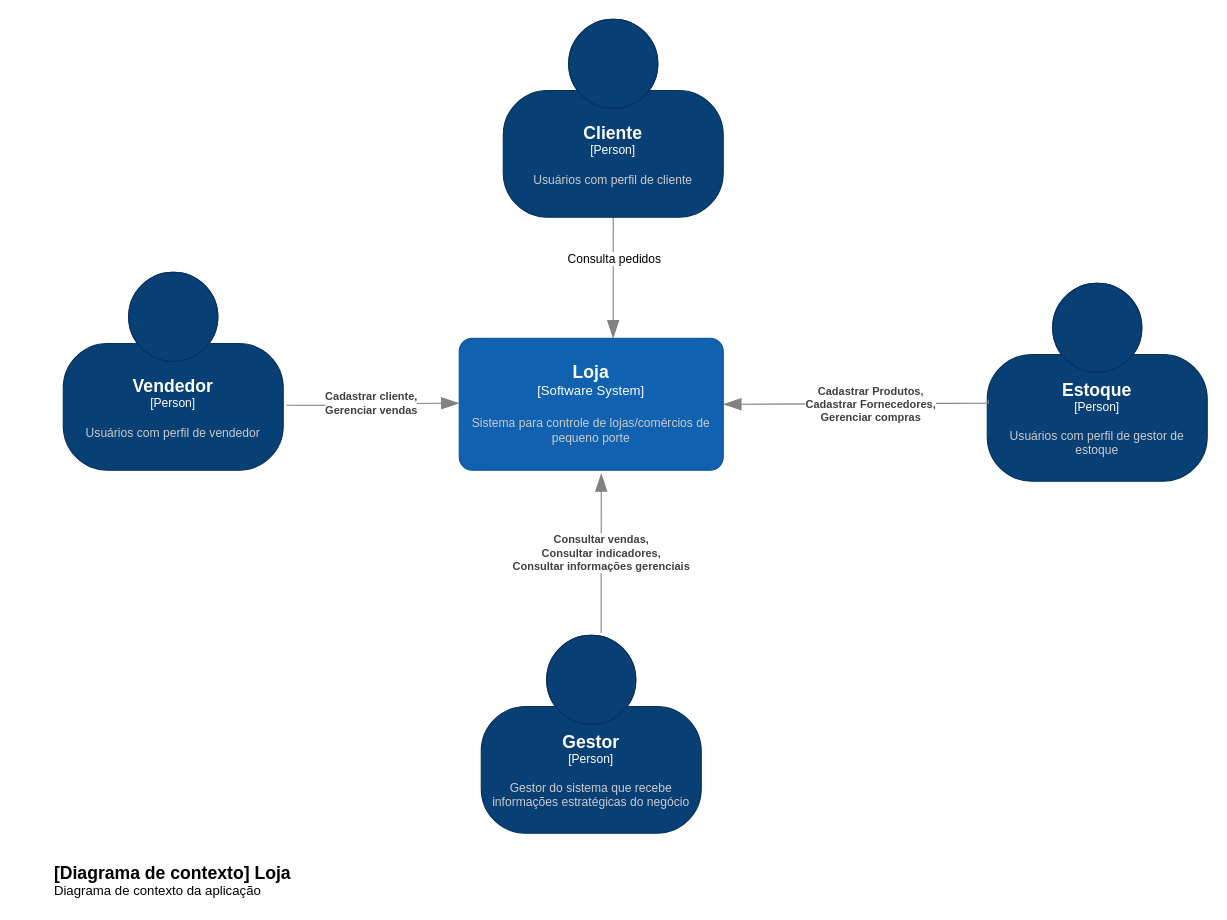
Above: projeto/documentacao/C4Model-Nivel_1_Contexto.drawio in adjamirgalvao/pucminas (draw.io), before the change. Source tidied: cells renumbered, new cells numbered last; positions are measured from the earlier drawing's top-left corner, leaving out a move shared by most shapes. Both pictures are drawn from the tidied source at 110%, with x=0, y=0 at pixel (52, 19).
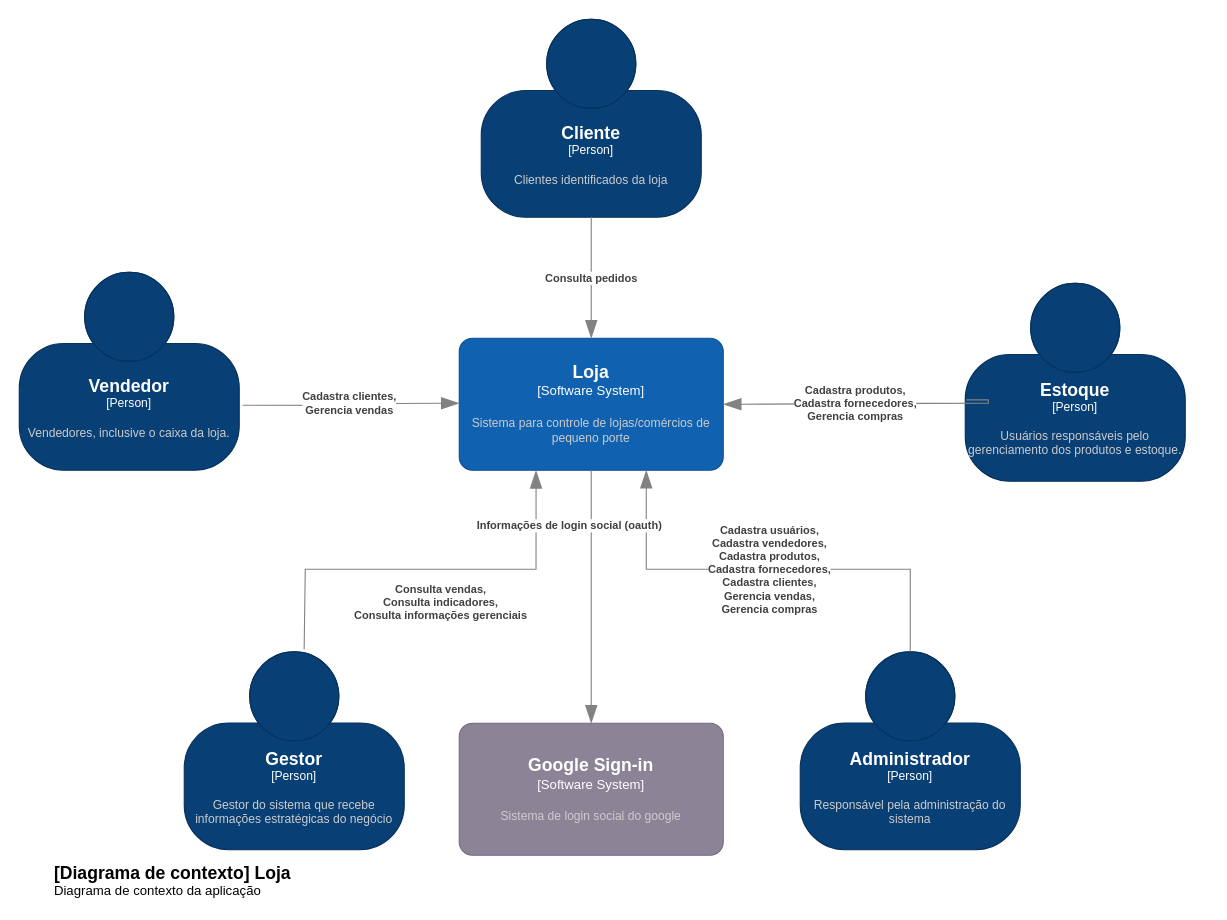
Above is the later version.

Unchanged cells that the change refers to:
```xml
<object id="5" label="&lt;font style=&quot;font-size: 16px&quot;&gt;&lt;b&gt;%c4Name%&lt;/b&gt;&lt;/font&gt;&lt;div&gt;[%c4Type%]&lt;/div&gt;&lt;br&gt;&lt;div&gt;&lt;font style=&quot;font-size: 11px&quot;&gt;&lt;font color=&quot;#cccccc&quot;&gt;%c4Description%&lt;/font&gt;&lt;/div&gt;" c4Description="Sistema para controle de lojas/comércios de pequeno porte" c4Name="Loja" c4Type="Software System" placeholders="1">
  <mxCell style="rounded=1;whiteSpace=wrap;html=1;labelBackgroundColor=none;fillColor=#1061B0;fontColor=#ffffff;align=center;arcSize=10;strokeColor=#0D5091;points=[[0.25,0,0],[0.5,0,0],[0.75,0,0],[1,0.25,0],[1,0.5,0],[1,0.75,0],[0.75,1,0],[0.5,1,0],[0.25,1,0],[0,0.75,0],[0,0.5,0],[0,0.25,0]];" parent="1" vertex="1">
    <mxGeometry x="370" y="290" width="240" height="120" as="geometry" />
  </mxCell>
</object>
```

What changed in the source:
```diff
@@
-    <mxCell id="2" style="endArrow=blockThin;html=1;fontSize=10;fontColor=#404040;strokeWidth=1;endFill=1;strokeColor=#828282;elbow=vertical;endSize=14;startSize=14;jumpStyle=arc;jumpSize=16;rounded=0;edgeStyle=orthogonalEdgeStyle;entryX=0.583;entryY=0;entryDx=0;entryDy=0;entryPerimeter=0;" parent="1" edge="1" source="4" target="5">
-      <mxGeometry relative="1" as="geometry" />
-    </mxCell>
-    <mxCell id="3" value="Consulta pedidos" style="edgeLabel;html=1;align=center;verticalAlign=middle;" parent="2" vertex="1">
-      <mxGeometry x="-0.33" relative="1" as="geometry" />
-    </mxCell>
-    <object id="4" label="&lt;font style=&quot;font-size: 16px&quot;&gt;&lt;b&gt;%c4Name%&lt;/b&gt;&lt;/font&gt;&lt;div&gt;[%c4Type%]&lt;/div&gt;&lt;br&gt;&lt;div&gt;&lt;font style=&quot;font-size: 11px&quot;&gt;&lt;font color=&quot;#cccccc&quot;&gt;%c4Description%&lt;/font&gt;&lt;/div&gt;" c4Description="Usuários com perfil de cliente" c4Name="Cliente" c4Type="Person" placeholders="1">
+    <object id="4" label="&lt;font style=&quot;font-size: 16px&quot;&gt;&lt;b&gt;%c4Name%&lt;/b&gt;&lt;/font&gt;&lt;div&gt;[%c4Type%]&lt;/div&gt;&lt;br&gt;&lt;div&gt;&lt;font style=&quot;font-size: 11px&quot;&gt;&lt;font color=&quot;#cccccc&quot;&gt;%c4Description%&lt;/font&gt;&lt;/div&gt;" c4Description="Clientes identificados da loja" c4Name="Cliente" c4Type="Person" placeholders="1">
       <mxCell style="html=1;fontSize=11;dashed=0;whiteSpace=wrap;fillColor=#083F75;strokeColor=#06315C;fontColor=#ffffff;shape=mxgraph.c4.person2;align=center;points=[[0.5,0,0],[1,0.5,0],[1,0.75,0],[0.75,1,0],[0.5,1,0],[0.25,1,0],[0,0.75,0],[0,0.5,0]];" parent="1" vertex="1">
-        <mxGeometry x="410" width="200" height="180" as="geometry" />
+        <mxGeometry x="390" width="200" height="180" as="geometry" />
       </mxCell>
     </object>
@@
-    <object id="6" label="&lt;font style=&quot;font-size: 16px&quot;&gt;&lt;b&gt;%c4Name%&lt;/b&gt;&lt;/font&gt;&lt;div&gt;[%c4Type%]&lt;/div&gt;&lt;br&gt;&lt;div&gt;&lt;font style=&quot;font-size: 11px&quot;&gt;&lt;font color=&quot;#cccccc&quot;&gt;%c4Description%&lt;/font&gt;&lt;/div&gt;" c4Description="Usuários com perfil de gestor de estoque" c4Name="Estoque" c4Type="Person" placeholders="1">
+    <object id="6" label="&lt;font style=&quot;font-size: 16px&quot;&gt;&lt;b&gt;%c4Name%&lt;/b&gt;&lt;/font&gt;&lt;div&gt;[%c4Type%]&lt;/div&gt;&lt;br&gt;&lt;div&gt;&lt;font style=&quot;font-size: 11px&quot;&gt;&lt;font color=&quot;#cccccc&quot;&gt;%c4Description%&lt;/font&gt;&lt;/div&gt;" c4Description="Usuários responsáveis pelo gerenciamento dos produtos e estoque." c4Name="Estoque" c4Type="Person" placeholders="1">
       <mxCell style="html=1;fontSize=11;dashed=0;whiteSpace=wrap;fillColor=#083F75;strokeColor=#06315C;fontColor=#ffffff;shape=mxgraph.c4.person2;align=center;points=[[0.5,0,0],[1,0.5,0],[1,0.75,0],[0.75,1,0],[0.5,1,0],[0.25,1,0],[0,0.75,0],[0,0.5,0]];" parent="1" vertex="1">
-        <mxGeometry x="850" y="240" width="200" height="180" as="geometry" />
+        <mxGeometry x="830" y="240" width="200" height="180" as="geometry" />
       </mxCell>
     </object>
-    <object id="7" label="&lt;div style=&quot;text-align: left&quot;&gt;&lt;div style=&quot;text-align: center&quot;&gt;&lt;b&gt;%c4Description%&lt;/b&gt;&lt;/div&gt;" c4Description="Cadastrar Produtos, &#10;Cadastrar Fornecedores, &#10;Gerenciar compras" placeholders="1">
+    <object id="7" label="&lt;div style=&quot;text-align: left&quot;&gt;&lt;div style=&quot;text-align: center&quot;&gt;&lt;b&gt;%c4Description%&lt;/b&gt;&lt;/div&gt;" c4Description="Cadastra produtos, &#10;Cadastra fornecedores, &#10;Gerencia compras" placeholders="1">
       <mxCell style="endArrow=blockThin;html=1;fontSize=10;fontColor=#404040;strokeWidth=1;endFill=1;strokeColor=#828282;elbow=vertical;endSize=14;startSize=14;jumpStyle=arc;jumpSize=16;rounded=0;edgeStyle=orthogonalEdgeStyle;exitX=0.005;exitY=0.589;exitDx=0;exitDy=0;exitPerimeter=0;" parent="1" edge="1" source="6" target="5">
-        <mxGeometry x="-0.1" y="1" relative="1" as="geometry">
+        <mxGeometry x="0.09" relative="1" as="geometry">
           <Array as="points">
             <mxPoint x="851" y="349" />
             <mxPoint x="717" y="349" />
             <mxPoint x="717" y="350" />
           </Array>
         </mxGeometry>
       </mxCell>
     </object>
-    <object id="8" label="&lt;font style=&quot;font-size: 16px&quot;&gt;&lt;b&gt;%c4Name%&lt;/b&gt;&lt;/font&gt;&lt;div&gt;[%c4Type%]&lt;/div&gt;&lt;br&gt;&lt;div&gt;&lt;font style=&quot;font-size: 11px&quot;&gt;&lt;font color=&quot;#cccccc&quot;&gt;%c4Description%&lt;/font&gt;&lt;/div&gt;" c4Description="Usuários com perfil de vendedor" c4Name="Vendedor" c4Type="Person" placeholders="1">
+    <object id="8" label="&lt;font style=&quot;font-size: 16px&quot;&gt;&lt;b&gt;%c4Name%&lt;/b&gt;&lt;/font&gt;&lt;div&gt;[%c4Type%]&lt;/div&gt;&lt;br&gt;&lt;div&gt;&lt;font style=&quot;font-size: 11px&quot;&gt;&lt;font color=&quot;#cccccc&quot;&gt;%c4Description%&lt;/font&gt;&lt;/div&gt;" c4Description="Vendedores, inclusive o caixa da loja." c4Name="Vendedor" c4Type="Person" placeholders="1">
       <mxCell style="html=1;fontSize=11;dashed=0;whiteSpace=wrap;fillColor=#083F75;strokeColor=#06315C;fontColor=#ffffff;shape=mxgraph.c4.person2;align=center;points=[[0.5,0,0],[1,0.5,0],[1,0.75,0],[0.75,1,0],[0.5,1,0],[0.25,1,0],[0,0.75,0],[0,0.5,0]];" parent="1" vertex="1">
-        <mxGeometry x="10" y="230" width="200" height="180" as="geometry" />
+        <mxGeometry x="-30" y="230" width="200" height="180" as="geometry" />
       </mxCell>
     </object>
-    <object id="9" label="&lt;div style=&quot;text-align: left&quot;&gt;&lt;div style=&quot;text-align: center&quot;&gt;&lt;b&gt;%c4Description%&lt;/b&gt;&lt;/div&gt;" c4Description="Cadastrar cliente,&#10;Gerenciar vendas" placeholders="1">
+    <object id="9" label="&lt;div style=&quot;text-align: left&quot;&gt;&lt;div style=&quot;text-align: center&quot;&gt;&lt;b&gt;%c4Description%&lt;/b&gt;&lt;/div&gt;" c4Description="Cadastra clientes,&#10;Gerencia vendas" placeholders="1">
       <mxCell style="endArrow=blockThin;html=1;fontSize=10;fontColor=#404040;strokeWidth=1;endFill=1;strokeColor=#828282;elbow=vertical;endSize=14;startSize=14;jumpStyle=arc;jumpSize=16;rounded=0;edgeStyle=orthogonalEdgeStyle;exitX=1.015;exitY=0.672;exitDx=0;exitDy=0;exitPerimeter=0;" parent="1" edge="1" source="8">
         <mxGeometry relative="1" as="geometry">
           <mxPoint x="370" y="349" as="targetPoint" />
         </mxGeometry>
       </mxCell>
     </object>
     <object id="10" label="&lt;font style=&quot;font-size: 16px&quot;&gt;&lt;b&gt;%c4Name%&lt;/b&gt;&lt;/font&gt;&lt;div&gt;[%c4Type%]&lt;/div&gt;&lt;br&gt;&lt;div&gt;&lt;font style=&quot;font-size: 11px&quot;&gt;&lt;font color=&quot;#cccccc&quot;&gt;%c4Description%&lt;/font&gt;&lt;/div&gt;" c4Description="Gestor do sistema que recebe informações estratégicas do negócio" c4Name="Gestor" c4Type="Person" placeholders="1">
       <mxCell style="html=1;fontSize=11;dashed=0;whiteSpace=wrap;fillColor=#083F75;strokeColor=#06315C;fontColor=#ffffff;shape=mxgraph.c4.person2;align=center;points=[[0.5,0,0],[1,0.5,0],[1,0.75,0],[0.75,1,0],[0.5,1,0],[0.25,1,0],[0,0.75,0],[0,0.5,0]];" parent="1" vertex="1">
-        <mxGeometry x="390" y="560" width="200" height="180" as="geometry" />
+        <mxGeometry x="120" y="575" width="200" height="180" as="geometry" />
       </mxCell>
     </object>
-    <object id="11" label="&lt;div style=&quot;text-align: left&quot;&gt;&lt;div style=&quot;text-align: center&quot;&gt;&lt;b&gt;%c4Description%&lt;/b&gt;&lt;/div&gt;" c4Description="Consultar vendas, &#10;Consultar indicadores,&#10;Consultar informações gerenciais" placeholders="1">
-      <mxCell style="endArrow=blockThin;html=1;fontSize=10;fontColor=#404040;strokeWidth=1;endFill=1;strokeColor=#828282;elbow=vertical;endSize=14;startSize=14;jumpStyle=arc;jumpSize=16;rounded=0;edgeStyle=orthogonalEdgeStyle;exitX=0.545;exitY=-0.011;exitDx=0;exitDy=0;exitPerimeter=0;entryX=0.538;entryY=1.025;entryDx=0;entryDy=0;entryPerimeter=0;" parent="1" edge="1" source="10" target="5">
-        <mxGeometry relative="1" as="geometry" />
+    <object id="11" label="&lt;div style=&quot;text-align: left&quot;&gt;&lt;div style=&quot;text-align: center&quot;&gt;&lt;b&gt;%c4Description%&lt;/b&gt;&lt;/div&gt;" c4Description="Consulta vendas, &#10;Consulta indicadores,&#10;Consulta informações gerenciais" placeholders="1">
+      <mxCell style="endArrow=blockThin;html=1;fontSize=10;fontColor=#404040;strokeWidth=1;endFill=1;strokeColor=#828282;elbow=vertical;endSize=14;startSize=14;jumpStyle=arc;jumpSize=16;rounded=0;edgeStyle=orthogonalEdgeStyle;exitX=0.545;exitY=-0.011;exitDx=0;exitDy=0;exitPerimeter=0;entryX=0.291;entryY=1.001;entryDx=0;entryDy=0;entryPerimeter=0;" parent="1" edge="1" source="10" target="5">
+        <mxGeometry x="0.05" y="-30" relative="1" as="geometry">
+          <Array as="points">
+            <mxPoint x="230" y="500" />
+            <mxPoint x="440" y="500" />
+          </Array>
+          <mxPoint x="1" as="offset" />
+        </mxGeometry>
       </mxCell>
     </object>
@@
+    <object id="13" label="&lt;font style=&quot;font-size: 16px&quot;&gt;&lt;b&gt;%c4Name%&lt;/b&gt;&lt;/font&gt;&lt;div&gt;[%c4Type%]&lt;/div&gt;&lt;br&gt;&lt;div&gt;&lt;font style=&quot;font-size: 11px&quot;&gt;&lt;font color=&quot;#cccccc&quot;&gt;%c4Description%&lt;/font&gt;&lt;/div&gt;" c4Description="Responsável pela administração do sistema" c4Name="Administrador" c4Type="Person" placeholders="1">
+      <mxCell style="html=1;fontSize=11;dashed=0;whiteSpace=wrap;fillColor=#083F75;strokeColor=#06315C;fontColor=#ffffff;shape=mxgraph.c4.person2;align=center;points=[[0.5,0,0],[1,0.5,0],[1,0.75,0],[0.75,1,0],[0.5,1,0],[0.25,1,0],[0,0.75,0],[0,0.5,0]];" parent="1" vertex="1">
+        <mxGeometry x="680" y="575" width="200" height="180" as="geometry" />
+      </mxCell>
+    </object>
+    <object id="14" label="&lt;div style=&quot;text-align: left&quot;&gt;&lt;div style=&quot;text-align: center&quot;&gt;&lt;b&gt;%c4Description%&lt;/b&gt;&lt;/div&gt;" c4Description="Cadastra usuários,&#10;Cadastra vendedores,&#10;Cadastra produtos,&#10;Cadastra fornecedores,&#10;Cadastra clientes,&#10;Gerencia vendas,&#10;Gerencia compras" placeholders="1">
+      <mxCell style="endArrow=blockThin;html=1;fontSize=10;fontColor=#404040;strokeWidth=1;endFill=1;strokeColor=#828282;elbow=vertical;endSize=14;startSize=14;jumpStyle=arc;jumpSize=16;rounded=0;edgeStyle=orthogonalEdgeStyle;exitX=0.5;exitY=0;exitDx=0;exitDy=0;exitPerimeter=0;" parent="1" edge="1" source="13" target="5">
+        <mxGeometry relative="1" as="geometry">
+          <Array as="points">
+            <mxPoint x="780" y="500" />
+            <mxPoint x="540" y="500" />
+          </Array>
+        </mxGeometry>
+      </mxCell>
+    </object>
+    <object id="3" label="&lt;div style=&quot;text-align: left&quot;&gt;&lt;div style=&quot;text-align: center&quot;&gt;&lt;b&gt;%c4Description%&lt;/b&gt;&lt;/div&gt;" c4Description="Consulta pedidos" placeholders="1">
+      <mxCell style="endArrow=blockThin;html=1;fontSize=10;fontColor=#404040;strokeWidth=1;endFill=1;strokeColor=#828282;elbow=vertical;endSize=14;startSize=14;jumpStyle=arc;jumpSize=16;rounded=0;edgeStyle=orthogonalEdgeStyle;exitX=0.5;exitY=1;exitDx=0;exitDy=0;exitPerimeter=0;entryX=0.5;entryY=0;entryDx=0;entryDy=0;entryPerimeter=0;" parent="1" edge="1" source="4" target="5">
+        <mxGeometry relative="1" as="geometry" />
+      </mxCell>
+    </object>
+    <object id="15" label="&lt;div style=&quot;text-align: left&quot;&gt;&lt;div style=&quot;text-align: center&quot;&gt;&lt;b&gt;%c4Description%&lt;/b&gt;&lt;/div&gt;" c4Description="Informações de login social (oauth)" placeholders="1">
+      <mxCell style="endArrow=blockThin;html=1;fontSize=10;fontColor=#404040;strokeWidth=1;endFill=1;strokeColor=#828282;elbow=vertical;endSize=14;startSize=14;jumpStyle=arc;jumpSize=16;rounded=0;edgeStyle=orthogonalEdgeStyle;entryX=0.5;entryY=0;entryDx=0;entryDy=0;entryPerimeter=0;exitX=0.5;exitY=1;exitDx=0;exitDy=0;exitPerimeter=0;" parent="1" edge="1" source="5" target="16">
+        <mxGeometry x="-0.57" y="-20" relative="1" as="geometry">
+          <mxPoint y="1" as="offset" />
+        </mxGeometry>
+      </mxCell>
+    </object>
+    <object id="16" label="&lt;font style=&quot;font-size: 16px&quot;&gt;&lt;b&gt;%c4Name%&lt;/b&gt;&lt;/font&gt;&lt;div&gt;[%c4Type%]&lt;/div&gt;&lt;br&gt;&lt;div&gt;&lt;font style=&quot;font-size: 11px&quot;&gt;&lt;font color=&quot;#cccccc&quot;&gt;%c4Description%&lt;/font&gt;&lt;/div&gt;" c4Description="Sistema de login social do google" c4Name="Google Sign-in" c4Type="Software System" placeholders="1">
+      <mxCell style="rounded=1;whiteSpace=wrap;html=1;labelBackgroundColor=none;fillColor=#8C8496;fontColor=#ffffff;align=center;arcSize=10;strokeColor=#736782;points=[[0.25,0,0],[0.5,0,0],[0.75,0,0],[1,0.25,0],[1,0.5,0],[1,0.75,0],[0.75,1,0],[0.5,1,0],[0.25,1,0],[0,0.75,0],[0,0.5,0],[0,0.25,0]];fontSize=12;" parent="1" vertex="1">
+        <mxGeometry x="370" y="640" width="240" height="120" as="geometry" />
+      </mxCell>
+    </object>
```
